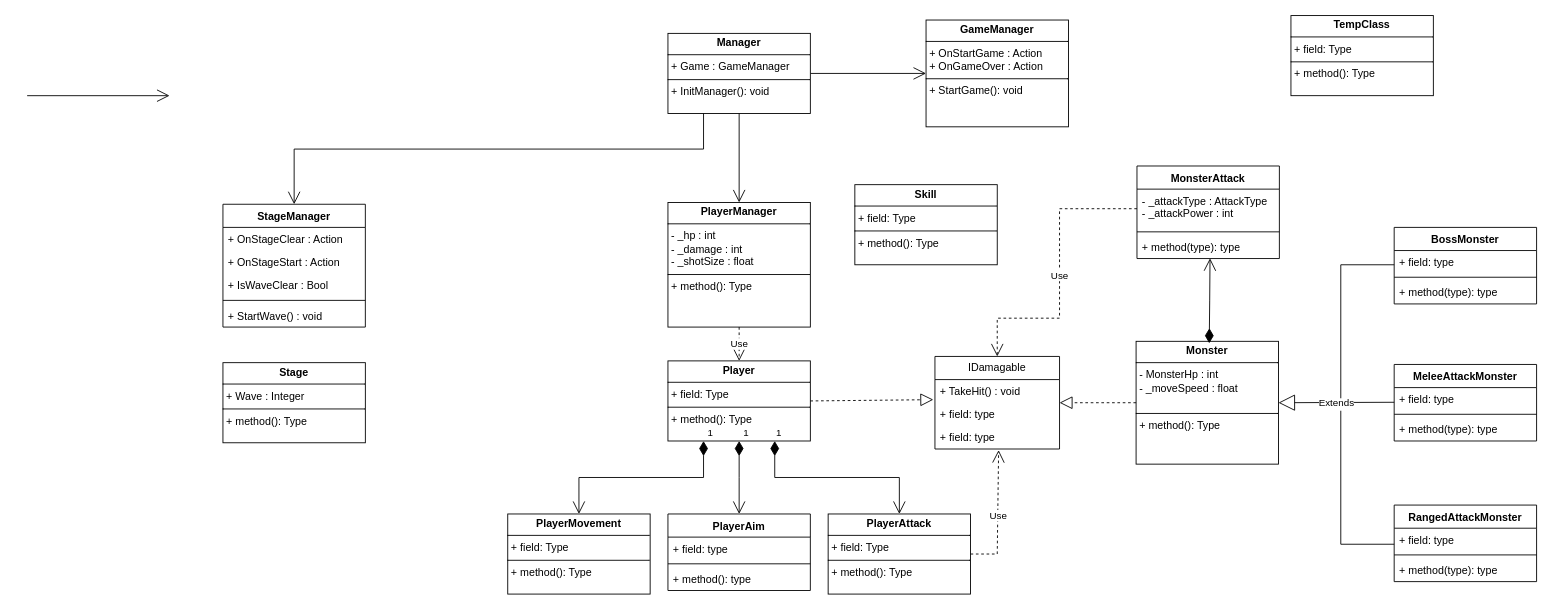
Earlier version of the draw.io diagram Documents/UnityTeamProject.drawio (JitaeWoo/UnityTeamProject). Source tidied: cells renumbered, new cells numbered last; positions are measured from the earlier drawing's top-left corner, leaving out a move shared by most shapes. Both pictures are drawn from the tidied source at 89%, with x=0, y=0 at pixel (27, 15).
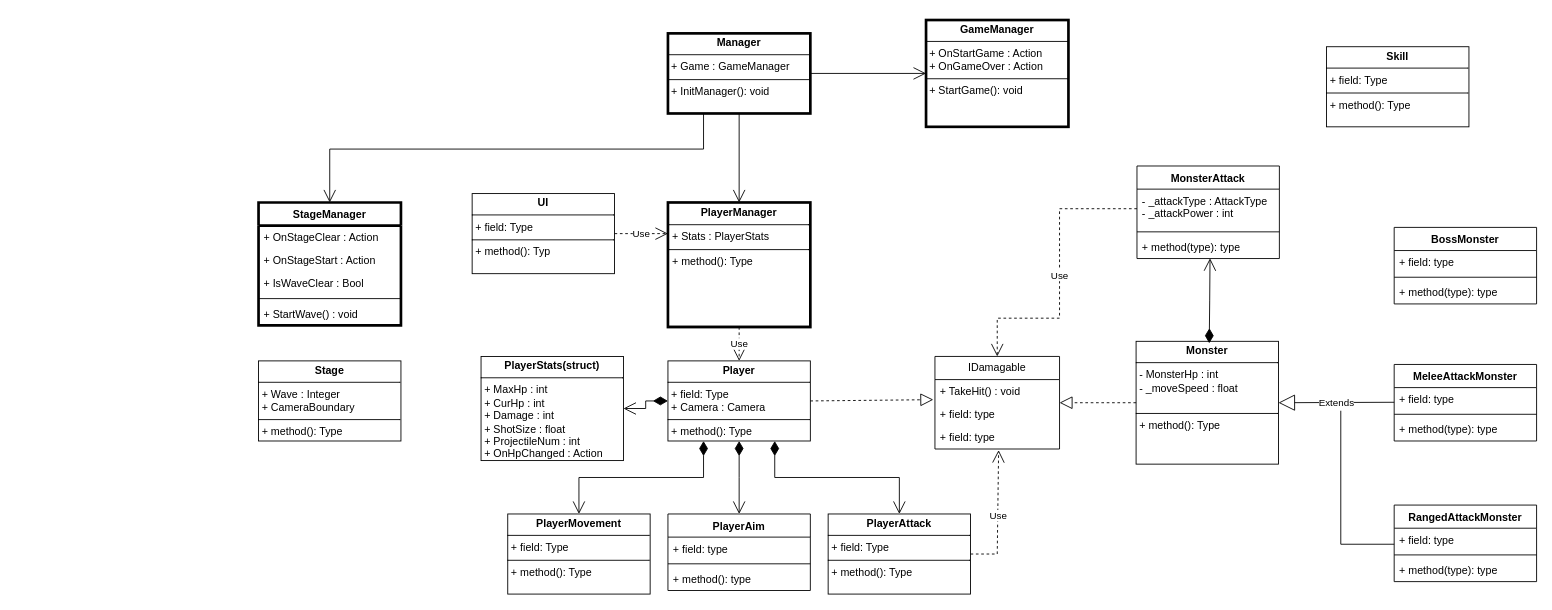
After the change.

Commit message:
[Docs] 클래스다이어그램 업데이트

클래스 다이어그램을 업데이트 하였습니다.

Unchanged cells that the change refers to:
```xml
<mxCell id="9" value="&lt;p style=&quot;margin:0px;margin-top:4px;text-align:center;&quot;&gt;&lt;b&gt;PlayerAttack&lt;/b&gt;&lt;/p&gt;&lt;hr size=&quot;1&quot; style=&quot;border-style:solid;&quot;&gt;&lt;p style=&quot;margin:0px;margin-left:4px;&quot;&gt;+ field: Type&lt;/p&gt;&lt;hr size=&quot;1&quot; style=&quot;border-style:solid;&quot;&gt;&lt;p style=&quot;margin:0px;margin-left:4px;&quot;&gt;+ method(): Type&lt;/p&gt;" style="verticalAlign=top;align=left;overflow=fill;html=1;whiteSpace=wrap;" parent="1" vertex="1">
  <mxGeometry x="900" y="560" width="160" height="90" as="geometry" />
</mxCell>
<mxCell id="11" value="&lt;p style=&quot;margin:0px;margin-top:4px;text-align:center;&quot;&gt;&lt;b&gt;PlayerMovement&lt;/b&gt;&lt;/p&gt;&lt;hr size=&quot;1&quot; style=&quot;border-style:solid;&quot;&gt;&lt;p style=&quot;margin:0px;margin-left:4px;&quot;&gt;+ field: Type&lt;/p&gt;&lt;hr size=&quot;1&quot; style=&quot;border-style:solid;&quot;&gt;&lt;p style=&quot;margin:0px;margin-left:4px;&quot;&gt;+ method(): Type&lt;/p&gt;" style="verticalAlign=top;align=left;overflow=fill;html=1;whiteSpace=wrap;" parent="1" vertex="1">
  <mxGeometry x="540" y="560" width="160" height="90" as="geometry" />
</mxCell>
```

Diff of the diagram source:
```diff
@@
-    <mxCell id="2" value="&lt;p style=&quot;margin:0px;margin-top:4px;text-align:center;&quot;&gt;&lt;b&gt;GameManager&lt;/b&gt;&lt;/p&gt;&lt;hr size=&quot;1&quot; style=&quot;border-style:solid;&quot;&gt;&lt;p style=&quot;margin:0px;margin-left:4px;&quot;&gt;+ OnStartGame : Action&lt;/p&gt;&lt;p style=&quot;margin:0px;margin-left:4px;&quot;&gt;+ OnGameOver : Action&lt;/p&gt;&lt;hr size=&quot;1&quot; style=&quot;border-style:solid;&quot;&gt;&lt;p style=&quot;margin:0px;margin-left:4px;&quot;&gt;+ StartGame(): void&lt;/p&gt;" style="verticalAlign=top;align=left;overflow=fill;html=1;whiteSpace=wrap;" parent="1" vertex="1">
+    <mxCell id="2" value="&lt;p style=&quot;margin:0px;margin-top:4px;text-align:center;&quot;&gt;&lt;b&gt;GameManager&lt;/b&gt;&lt;/p&gt;&lt;hr size=&quot;1&quot; style=&quot;border-style:solid;&quot;&gt;&lt;p style=&quot;margin:0px;margin-left:4px;&quot;&gt;+ OnStartGame : Action&lt;/p&gt;&lt;p style=&quot;margin:0px;margin-left:4px;&quot;&gt;+ OnGameOver : Action&lt;/p&gt;&lt;hr size=&quot;1&quot; style=&quot;border-style:solid;&quot;&gt;&lt;p style=&quot;margin:0px;margin-left:4px;&quot;&gt;+ StartGame(): void&lt;/p&gt;" style="verticalAlign=top;align=left;overflow=fill;html=1;whiteSpace=wrap;strokeColor=light-dark(#000000,#0EFF6E);strokeWidth=3;" parent="1" vertex="1">
       <mxGeometry x="1010" y="5" width="160" height="120" as="geometry" />
     </mxCell>
-    <mxCell id="3" value="&lt;p style=&quot;margin:0px;margin-top:4px;text-align:center;&quot;&gt;&lt;b&gt;Temp&lt;/b&gt;&lt;b style=&quot;background-color: transparent; color: light-dark(rgb(0, 0, 0), rgb(255, 255, 255));&quot;&gt;Class&lt;/b&gt;&lt;/p&gt;&lt;hr size=&quot;1&quot; style=&quot;border-style:solid;&quot;&gt;&lt;p style=&quot;margin:0px;margin-left:4px;&quot;&gt;+ field: Type&lt;/p&gt;&lt;hr size=&quot;1&quot; style=&quot;border-style:solid;&quot;&gt;&lt;p style=&quot;margin:0px;margin-left:4px;&quot;&gt;+ method(): Type&lt;/p&gt;" style="verticalAlign=top;align=left;overflow=fill;html=1;whiteSpace=wrap;" parent="1" vertex="1">
-      <mxGeometry x="1420" width="160" height="90" as="geometry" />
-    </mxCell>
@@
-    <mxCell id="5" value="&lt;p style=&quot;margin:0px;margin-top:4px;text-align:center;&quot;&gt;&lt;b&gt;Manager&lt;/b&gt;&lt;/p&gt;&lt;hr size=&quot;1&quot; style=&quot;border-style:solid;&quot;&gt;&lt;p style=&quot;margin:0px;margin-left:4px;&quot;&gt;+ Game : GameManager&lt;/p&gt;&lt;hr size=&quot;1&quot; style=&quot;border-style:solid;&quot;&gt;&lt;p style=&quot;margin:0px;margin-left:4px;&quot;&gt;+ InitManager(): void&lt;/p&gt;" style="verticalAlign=top;align=left;overflow=fill;html=1;whiteSpace=wrap;" parent="1" vertex="1">
+    <mxCell id="5" value="&lt;p style=&quot;margin:0px;margin-top:4px;text-align:center;&quot;&gt;&lt;b&gt;Manager&lt;/b&gt;&lt;/p&gt;&lt;hr size=&quot;1&quot; style=&quot;border-style:solid;&quot;&gt;&lt;p style=&quot;margin:0px;margin-left:4px;&quot;&gt;+ Game : GameManager&lt;/p&gt;&lt;hr size=&quot;1&quot; style=&quot;border-style:solid;&quot;&gt;&lt;p style=&quot;margin:0px;margin-left:4px;&quot;&gt;+ InitManager(): void&lt;/p&gt;" style="verticalAlign=top;align=left;overflow=fill;html=1;whiteSpace=wrap;strokeWidth=3;strokeColor=light-dark(#000000,#0EFF6E);" parent="1" vertex="1">
       <mxGeometry x="720" y="20" width="160" height="90" as="geometry" />
     </mxCell>
-    <mxCell id="6" value="&lt;p style=&quot;margin:0px;margin-top:4px;text-align:center;&quot;&gt;&lt;b&gt;Player&lt;/b&gt;&lt;/p&gt;&lt;hr size=&quot;1&quot; style=&quot;border-style:solid;&quot;&gt;&lt;p style=&quot;margin:0px;margin-left:4px;&quot;&gt;+ field: Type&lt;/p&gt;&lt;hr size=&quot;1&quot; style=&quot;border-style:solid;&quot;&gt;&lt;p style=&quot;margin:0px;margin-left:4px;&quot;&gt;+ method(): Type&lt;/p&gt;" style="verticalAlign=top;align=left;overflow=fill;html=1;whiteSpace=wrap;" parent="1" vertex="1">
+    <mxCell id="6" value="&lt;p style=&quot;margin:0px;margin-top:4px;text-align:center;&quot;&gt;&lt;b&gt;Player&lt;/b&gt;&lt;/p&gt;&lt;hr size=&quot;1&quot; style=&quot;border-style:solid;&quot;&gt;&lt;p style=&quot;margin:0px;margin-left:4px;&quot;&gt;+ field: Type&lt;/p&gt;&lt;p style=&quot;margin:0px;margin-left:4px;&quot;&gt;+ Camera : Camera&lt;/p&gt;&lt;hr size=&quot;1&quot; style=&quot;border-style:solid;&quot;&gt;&lt;p style=&quot;margin:0px;margin-left:4px;&quot;&gt;+ method(): Type&lt;/p&gt;" style="verticalAlign=top;align=left;overflow=fill;html=1;whiteSpace=wrap;" parent="1" vertex="1">
       <mxGeometry x="720" y="388" width="160" height="90" as="geometry" />
     </mxCell>
@@
-    <mxCell id="8" value="&lt;p style=&quot;margin:0px;margin-top:4px;text-align:center;&quot;&gt;&lt;b&gt;Stage&lt;/b&gt;&lt;/p&gt;&lt;hr size=&quot;1&quot; style=&quot;border-style:solid;&quot;&gt;&lt;p style=&quot;margin:0px;margin-left:4px;&quot;&gt;+ Wave : Integer&lt;/p&gt;&lt;hr size=&quot;1&quot; style=&quot;border-style:solid;&quot;&gt;&lt;p style=&quot;margin:0px;margin-left:4px;&quot;&gt;+ method(): Type&lt;/p&gt;" style="verticalAlign=top;align=left;overflow=fill;html=1;whiteSpace=wrap;" parent="1" vertex="1">
-      <mxGeometry x="220" y="390" width="160" height="90" as="geometry" />
+    <mxCell id="8" value="&lt;p style=&quot;margin:0px;margin-top:4px;text-align:center;&quot;&gt;&lt;b&gt;Stage&lt;/b&gt;&lt;/p&gt;&lt;hr size=&quot;1&quot; style=&quot;border-style:solid;&quot;&gt;&lt;p style=&quot;margin:0px;margin-left:4px;&quot;&gt;+ Wave : Integer&lt;/p&gt;&lt;p style=&quot;margin:0px;margin-left:4px;&quot;&gt;+ CameraBoundary&lt;/p&gt;&lt;hr size=&quot;1&quot; style=&quot;border-style:solid;&quot;&gt;&lt;p style=&quot;margin:0px;margin-left:4px;&quot;&gt;+ method(): Type&lt;/p&gt;" style="verticalAlign=top;align=left;overflow=fill;html=1;whiteSpace=wrap;" parent="1" vertex="1">
+      <mxGeometry x="260" y="388" width="160" height="90" as="geometry" />
     </mxCell>
@@
-    <mxCell id="10" value="1" style="endArrow=open;html=1;endSize=12;startArrow=diamondThin;startSize=14;startFill=1;edgeStyle=orthogonalEdgeStyle;align=left;verticalAlign=bottom;rounded=0;exitX=0.75;exitY=1;exitDx=0;exitDy=0;entryX=0.5;entryY=0;entryDx=0;entryDy=0;" parent="1" edge="1" source="6" target="9">
+    <mxCell id="10" style="endArrow=open;html=1;endSize=12;startArrow=diamondThin;startSize=14;startFill=1;edgeStyle=orthogonalEdgeStyle;align=left;verticalAlign=bottom;rounded=0;exitX=0.75;exitY=1;exitDx=0;exitDy=0;entryX=0.5;entryY=0;entryDx=0;entryDy=0;" parent="1" edge="1" source="6" target="9">
       <mxGeometry x="-1" relative="1" as="geometry" />
     </mxCell>
@@
-    <mxCell id="12" value="1" style="endArrow=open;html=1;endSize=12;startArrow=diamondThin;startSize=14;startFill=1;edgeStyle=orthogonalEdgeStyle;align=left;verticalAlign=bottom;rounded=0;exitX=0.25;exitY=1;exitDx=0;exitDy=0;entryX=0.5;entryY=0;entryDx=0;entryDy=0;" parent="1" edge="1" source="6" target="11">
-      <mxGeometry x="-1" y="3" relative="1" as="geometry" />
+    <mxCell id="12" style="endArrow=open;html=1;endSize=12;startArrow=diamondThin;startSize=14;startFill=1;edgeStyle=orthogonalEdgeStyle;align=left;verticalAlign=bottom;rounded=0;exitX=0.25;exitY=1;exitDx=0;exitDy=0;entryX=0.5;entryY=0;entryDx=0;entryDy=0;" parent="1" edge="1" source="6" target="11">
+      <mxGeometry x="-0.36" y="-29" relative="1" as="geometry" />
     </mxCell>
     <mxCell id="13" value="&lt;p style=&quot;margin:0px;margin-top:4px;text-align:center;&quot;&gt;&lt;b&gt;Skill&lt;/b&gt;&lt;/p&gt;&lt;hr size=&quot;1&quot; style=&quot;border-style:solid;&quot;&gt;&lt;p style=&quot;margin:0px;margin-left:4px;&quot;&gt;+ field: Type&lt;/p&gt;&lt;hr size=&quot;1&quot; style=&quot;border-style:solid;&quot;&gt;&lt;p style=&quot;margin:0px;margin-left:4px;&quot;&gt;+ method(): Type&lt;/p&gt;" style="verticalAlign=top;align=left;overflow=fill;html=1;whiteSpace=wrap;" parent="1" vertex="1">
-      <mxGeometry x="930" y="190" width="160" height="90" as="geometry" />
+      <mxGeometry x="1460" y="35" width="160" height="90" as="geometry" />
     </mxCell>
-    <mxCell id="14" value="StageManager" style="swimlane;fontStyle=1;align=center;verticalAlign=top;horizontal=1;startSize=26;whiteSpace=wrap;html=1;" parent="1" vertex="1">
-      <mxGeometry x="220" y="212" width="160" height="138" as="geometry" />
+    <mxCell id="14" value="StageManager" style="swimlane;fontStyle=1;align=center;verticalAlign=top;horizontal=1;startSize=26;whiteSpace=wrap;html=1;strokeWidth=3;strokeColor=light-dark(#000000,#0EFF6E);" parent="1" vertex="1">
+      <mxGeometry x="260" y="210" width="160" height="138" as="geometry" />
     </mxCell>
@@
-    <mxCell id="17" value="+ IsWaveClear : Bool" style="text;strokeColor=none;fillColor=none;align=left;verticalAlign=top;spacingLeft=4;spacingRight=4;overflow=hidden;whiteSpace=wrap;html=1;" parent="14" vertex="1">
+    <mxCell id="17" value="+ IsWaveClear : Bool&lt;div&gt;&lt;br&gt;&lt;/div&gt;" style="text;strokeColor=none;fillColor=none;align=left;verticalAlign=top;spacingLeft=4;spacingRight=4;overflow=hidden;whiteSpace=wrap;html=1;" parent="14" vertex="1">
       <mxGeometry y="78" width="160" height="26" as="geometry" />
     </mxCell>
@@
-    <mxCell id="28" style="endArrow=open;endFill=1;endSize=12;html=1;rounded=0;" parent="1" edge="1">
-      <mxGeometry relative="1" as="geometry">
-        <mxPoint y="90" as="sourcePoint" />
-        <mxPoint x="160" y="90" as="targetPoint" />
-      </mxGeometry>
-    </mxCell>
     <mxCell id="29" style="endArrow=open;endFill=1;endSize=12;html=1;rounded=0;exitX=0.25;exitY=1;exitDx=0;exitDy=0;entryX=0.5;entryY=0;entryDx=0;entryDy=0;" parent="1" edge="1" source="5" target="14">
       <mxGeometry relative="1" as="geometry">
         <Array as="points">
           <mxPoint x="760" y="150" />
-          <mxPoint x="300" y="150" />
+          <mxPoint x="340" y="150" />
         </Array>
       </mxGeometry>
     </mxCell>
@@
-    <mxCell id="34" value="1" style="endArrow=open;html=1;endSize=12;startArrow=diamondThin;startSize=14;startFill=1;edgeStyle=orthogonalEdgeStyle;align=left;verticalAlign=bottom;rounded=0;exitX=0.5;exitY=1;exitDx=0;exitDy=0;" parent="1" edge="1" source="6">
+    <mxCell id="34" style="endArrow=open;html=1;endSize=12;startArrow=diamondThin;startSize=14;startFill=1;edgeStyle=orthogonalEdgeStyle;align=left;verticalAlign=bottom;rounded=0;exitX=0.5;exitY=1;exitDx=0;exitDy=0;" parent="1" edge="1" source="6">
       <mxGeometry x="-1" y="3" relative="1" as="geometry">
         <mxPoint x="800" y="560" as="targetPoint" />
       </mxGeometry>
     </mxCell>
@@
-    <mxCell id="40" value="&lt;p style=&quot;margin:0px;margin-top:4px;text-align:center;&quot;&gt;&lt;b&gt;PlayerManager&lt;/b&gt;&lt;/p&gt;&lt;hr size=&quot;1&quot; style=&quot;border-style:solid;&quot;&gt;&lt;p style=&quot;margin:0px;margin-left:4px;&quot;&gt;- _hp : int&lt;/p&gt;&lt;p style=&quot;margin:0px;margin-left:4px;&quot;&gt;- _damage : int&lt;/p&gt;&lt;p style=&quot;margin:0px;margin-left:4px;&quot;&gt;- _shotSize : float&lt;/p&gt;&lt;hr size=&quot;1&quot; style=&quot;border-style:solid;&quot;&gt;&lt;p style=&quot;margin:0px;margin-left:4px;&quot;&gt;+ method(): Type&lt;/p&gt;" style="verticalAlign=top;align=left;overflow=fill;html=1;whiteSpace=wrap;" parent="1" vertex="1">
+    <mxCell id="40" value="&lt;p style=&quot;margin:0px;margin-top:4px;text-align:center;&quot;&gt;&lt;b&gt;PlayerManager&lt;/b&gt;&lt;/p&gt;&lt;hr size=&quot;1&quot; style=&quot;border-style:solid;&quot;&gt;&lt;p style=&quot;margin:0px;margin-left:4px;&quot;&gt;+ Stats : PlayerStats&lt;/p&gt;&lt;hr size=&quot;1&quot; style=&quot;border-style:solid;&quot;&gt;&lt;p style=&quot;margin:0px;margin-left:4px;&quot;&gt;+ method(): Type&lt;/p&gt;" style="verticalAlign=top;align=left;overflow=fill;html=1;whiteSpace=wrap;labelBorderColor=default;strokeColor=light-dark(#000000,#0EFF6E);strokeWidth=3;" parent="1" vertex="1">
       <mxGeometry x="720" y="210" width="160" height="140" as="geometry" />
     </mxCell>
-    <mxCell id="41" style="endArrow=none;html=1;rounded=0;" parent="1" edge="1">
-      <mxGeometry relative="1" as="geometry">
-        <mxPoint x="1476" y="430" as="sourcePoint" />
-        <mxPoint x="1536" y="280" as="targetPoint" />
-        <Array as="points">
-          <mxPoint x="1476" y="280" />
-        </Array>
-      </mxGeometry>
-    </mxCell>
@@
+    <mxCell id="58" value="&lt;p style=&quot;margin:0px;margin-top:4px;text-align:center;&quot;&gt;&lt;b&gt;PlayerStats(struct)&lt;/b&gt;&lt;/p&gt;&lt;hr size=&quot;1&quot; style=&quot;border-style:solid;&quot;&gt;&lt;p style=&quot;margin:0px;margin-left:4px;&quot;&gt;+ MaxHp : int&lt;/p&gt;&lt;p style=&quot;margin:0px;margin-left:4px;&quot;&gt;+ CurHp : int&lt;/p&gt;&lt;p style=&quot;margin:0px;margin-left:4px;&quot;&gt;+ Damage : int&lt;/p&gt;&lt;p style=&quot;margin:0px;margin-left:4px;&quot;&gt;+ ShotSize : float&lt;/p&gt;&lt;p style=&quot;margin:0px;margin-left:4px;&quot;&gt;+ ProjectileNum : int&lt;/p&gt;&lt;p style=&quot;margin:0px;margin-left:4px;&quot;&gt;+ OnHpChanged : Action&lt;/p&gt;&lt;hr size=&quot;1&quot; style=&quot;border-style:solid;&quot;&gt;&lt;p style=&quot;margin:0px;margin-left:4px;&quot;&gt;&lt;br&gt;&lt;/p&gt;" style="verticalAlign=top;align=left;overflow=fill;html=1;whiteSpace=wrap;" parent="1" vertex="1">
+      <mxGeometry x="510" y="383" width="160" height="117" as="geometry" />
+    </mxCell>
+    <mxCell id="59" style="endArrow=open;html=1;endSize=12;startArrow=diamondThin;startSize=14;startFill=1;edgeStyle=orthogonalEdgeStyle;align=left;verticalAlign=bottom;rounded=0;exitX=0;exitY=0.5;exitDx=0;exitDy=0;entryX=1;entryY=0.5;entryDx=0;entryDy=0;" parent="1" edge="1" source="6" target="58">
+      <mxGeometry x="-0.36" y="-29" relative="1" as="geometry" />
+    </mxCell>
+    <mxCell id="60" value="&lt;p style=&quot;margin:0px;margin-top:4px;text-align:center;&quot;&gt;&lt;b&gt;UI&lt;/b&gt;&lt;/p&gt;&lt;hr size=&quot;1&quot; style=&quot;border-style:solid;&quot;&gt;&lt;p style=&quot;margin:0px;margin-left:4px;&quot;&gt;+ field: Type&lt;/p&gt;&lt;hr size=&quot;1&quot; style=&quot;border-style:solid;&quot;&gt;&lt;p style=&quot;margin:0px;margin-left:4px;&quot;&gt;+ method(): Typ&lt;/p&gt;" style="verticalAlign=top;align=left;overflow=fill;html=1;whiteSpace=wrap;" parent="1" vertex="1">
+      <mxGeometry x="500" y="200" width="160" height="90" as="geometry" />
+    </mxCell>
+    <mxCell id="61" value="Use" style="endArrow=open;endSize=12;dashed=1;html=1;rounded=0;exitX=1;exitY=0.5;exitDx=0;exitDy=0;entryX=0;entryY=0.25;entryDx=0;entryDy=0;" parent="1" edge="1" source="60" target="40">
+      <mxGeometry relative="1" as="geometry" />
+    </mxCell>
```
